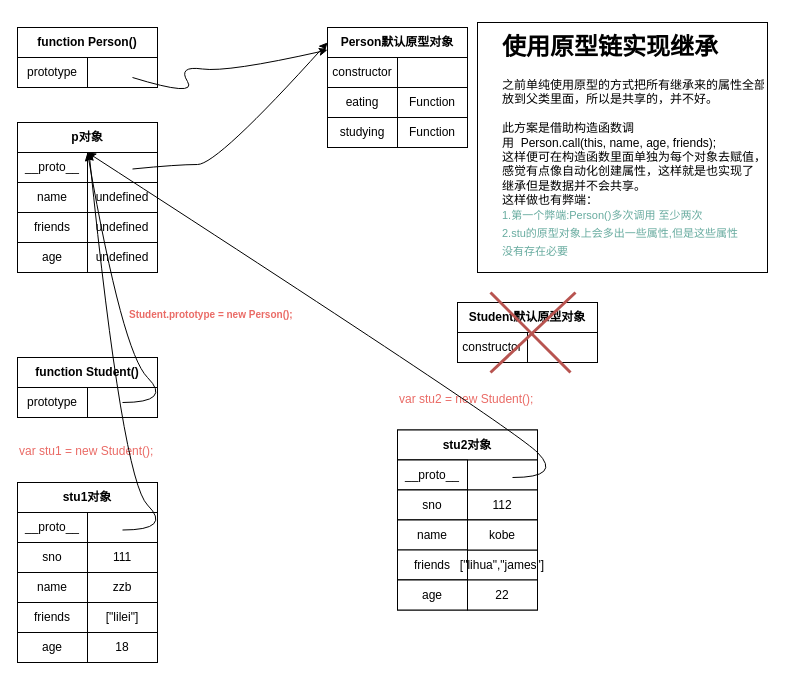
Before: 13_JS原型链和继承/08_继承-借用构造函数方案.drawio in zhangzhibang0309/JavaScriptDeep, a draw.io diagram. Source tidied: cells renumbered, new cells numbered last; positions are measured from the earlier drawing's top-left corner, leaving out a move shared by most shapes. Both pictures are drawn from the tidied source at 100%, with x=0, y=0 at pixel (17, 22).
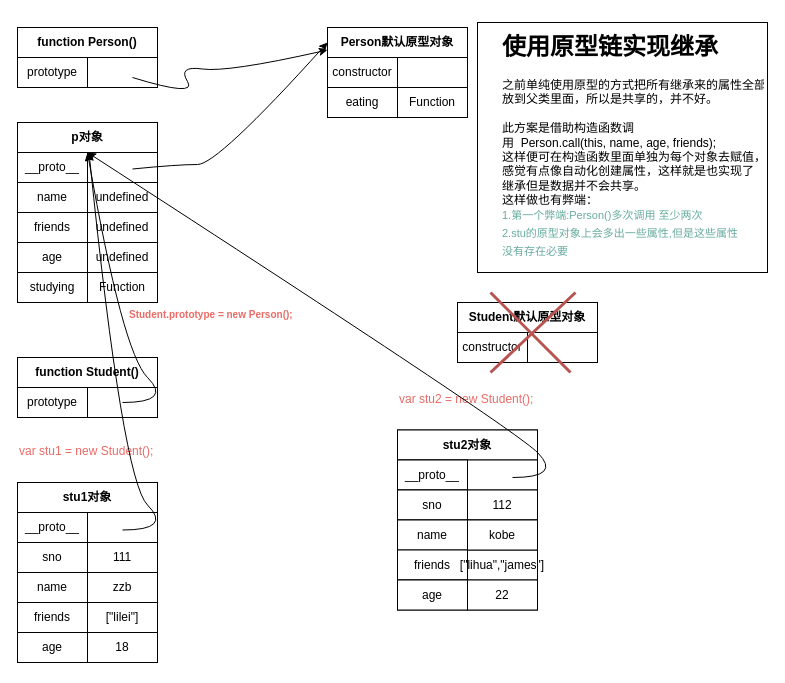
The same page after the edit.

Unchanged cells that the change refers to:
```xml
<mxCell id="8" value="&lt;b&gt;p对象&lt;/b&gt;" style="rounded=0;whiteSpace=wrap;html=1;align=center;" parent="1" vertex="1">
  <mxGeometry y="100" width="140" height="30" as="geometry" />
</mxCell>
```

Change to the diagram source:
```diff
@@
     <mxCell id="9" style="rounded=0;whiteSpace=wrap;html=1;align=center;" parent="1" vertex="1">
-      <mxGeometry y="130" width="140" height="120" as="geometry" />
+      <mxGeometry y="130" width="140" height="150" as="geometry" />
     </mxCell>
@@
     <mxCell id="29" style="rounded=0;whiteSpace=wrap;html=1;align=center;" parent="1" vertex="1">
-      <mxGeometry x="310" y="35" width="140" height="90" as="geometry" />
+      <mxGeometry x="310" y="35" width="140" height="60" as="geometry" />
     </mxCell>
@@
-    <mxCell id="33" style="rounded=0;whiteSpace=wrap;html=1;" parent="1" vertex="1">
-      <mxGeometry x="380" y="35" width="70" height="30" as="geometry" />
-    </mxCell>
@@
-    <mxCell id="45" style="rounded=0;whiteSpace=wrap;html=1;align=center;" parent="1" vertex="1">
-      <mxGeometry x="310" y="95" width="140" height="30" as="geometry" />
-    </mxCell>
-    <mxCell id="46" value="studying" style="rounded=0;whiteSpace=wrap;html=1;" parent="1" vertex="1">
-      <mxGeometry x="310" y="95" width="70" height="30" as="geometry" />
-    </mxCell>
-    <mxCell id="47" value="Function" style="rounded=0;whiteSpace=wrap;html=1;" parent="1" vertex="1">
-      <mxGeometry x="380" y="95" width="70" height="30" as="geometry" />
-    </mxCell>
@@
-    <mxCell id="57" style="curved=1;endArrow=classic;html=1;entryX=0.5;entryY=1;entryDx=0;entryDy=0;" parent="1" edge="1" target="8">
-      <mxGeometry relative="1" as="geometry">
-        <mxPoint x="105" y="380" as="sourcePoint" />
-        <Array as="points">
-          <mxPoint x="155" y="380" />
-          <mxPoint x="105" y="330" />
-        </Array>
-      </mxGeometry>
-    </mxCell>
-    <mxCell id="58" style="curved=1;endArrow=classic;html=1;" parent="1" edge="1" target="8">
-      <mxGeometry relative="1" as="geometry">
-        <mxPoint x="105" y="507.5" as="sourcePoint" />
-        <Array as="points">
-          <mxPoint x="155" y="507.5" />
-          <mxPoint x="105" y="457.5" />
-        </Array>
-      </mxGeometry>
-    </mxCell>
@@
+    <mxCell id="89" style="rounded=0;whiteSpace=wrap;html=1;align=center;" parent="1" vertex="1">
+      <mxGeometry y="250" width="140" height="30" as="geometry" />
+    </mxCell>
+    <mxCell id="46" value="studying" style="rounded=0;whiteSpace=wrap;html=1;" parent="1" vertex="1">
+      <mxGeometry y="250" width="70" height="30" as="geometry" />
+    </mxCell>
+    <mxCell id="47" value="Function" style="rounded=0;whiteSpace=wrap;html=1;" parent="1" vertex="1">
+      <mxGeometry x="70" y="250" width="70" height="30" as="geometry" />
+    </mxCell>
+    <mxCell id="90" style="curved=1;endArrow=classic;html=1;entryX=0.5;entryY=1;entryDx=0;entryDy=0;" parent="1" edge="1">
+      <mxGeometry relative="1" as="geometry">
+        <mxPoint x="105" y="380" as="sourcePoint" />
+        <mxPoint x="70" y="130" as="targetPoint" />
+        <Array as="points">
+          <mxPoint x="155" y="380" />
+          <mxPoint x="105" y="330" />
+        </Array>
+      </mxGeometry>
+    </mxCell>
+    <mxCell id="91" style="curved=1;endArrow=classic;html=1;" parent="1" edge="1">
+      <mxGeometry relative="1" as="geometry">
+        <mxPoint x="105" y="507.5" as="sourcePoint" />
+        <mxPoint x="71.5" y="130" as="targetPoint" />
+        <Array as="points">
+          <mxPoint x="155" y="507.5" />
+          <mxPoint x="105" y="457.5" />
+        </Array>
+      </mxGeometry>
+    </mxCell>
```
